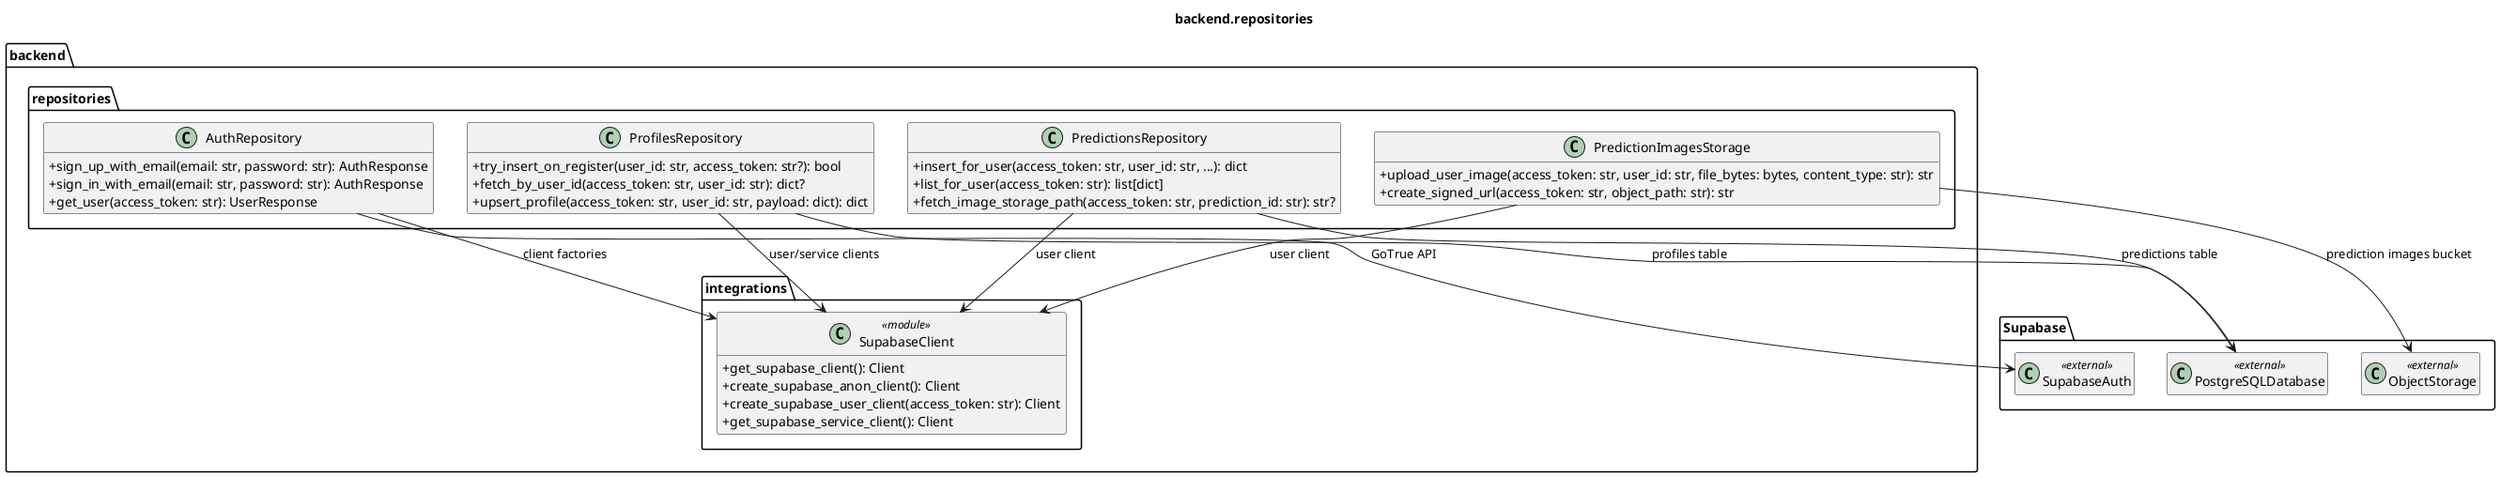
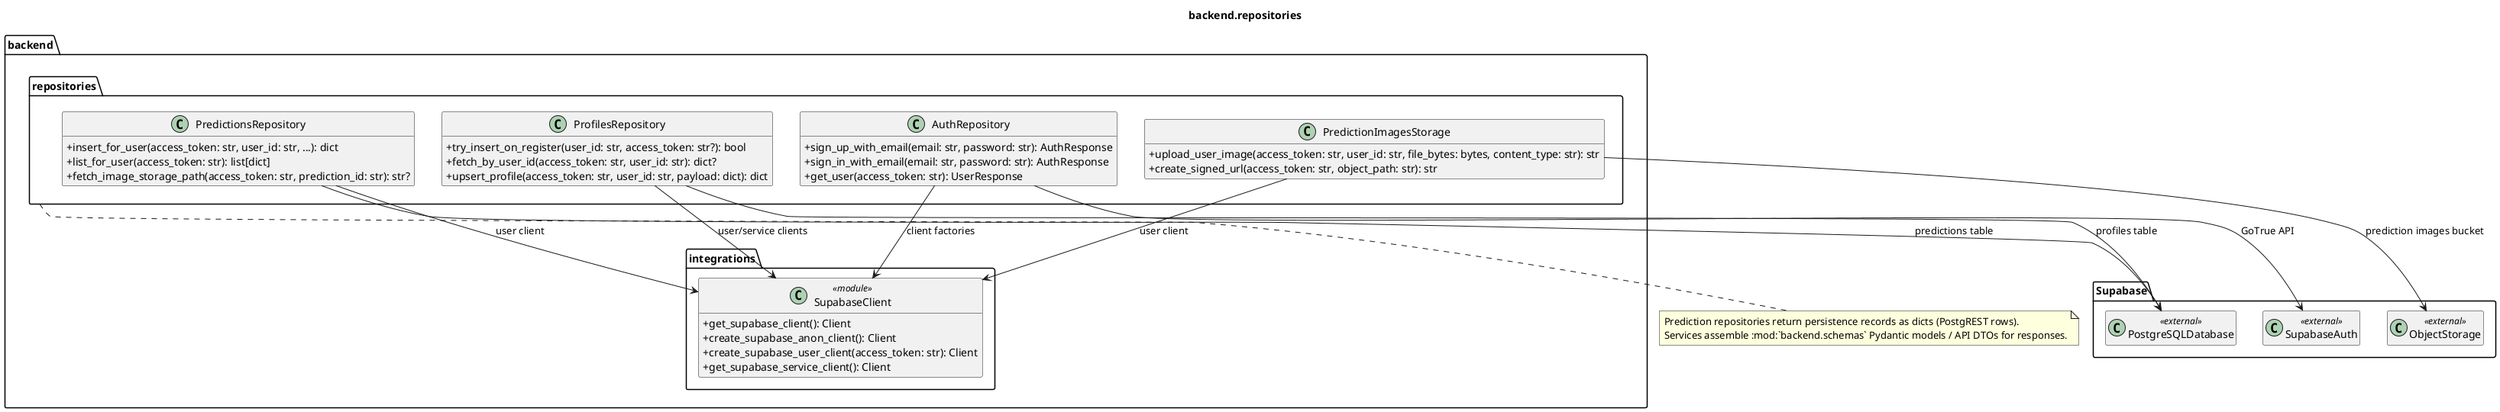
@startuml repositories
skinparam classAttributeIconSize 0
hide empty members
title backend.repositories

package "backend.repositories" {
  class AuthRepository {
    +sign_up_with_email(email: str, password: str): AuthResponse
    +sign_in_with_email(email: str, password: str): AuthResponse
    +get_user(access_token: str): UserResponse
  }

  class ProfilesRepository {
    +try_insert_on_register(user_id: str, access_token: str?): bool
    +fetch_by_user_id(access_token: str, user_id: str): dict?
    +upsert_profile(access_token: str, user_id: str, payload: dict): dict
  }

  class PredictionsRepository {
    +insert_for_user(access_token: str, user_id: str, ...): dict
    +list_for_user(access_token: str): list[dict]
    +fetch_image_storage_path(access_token: str, prediction_id: str): str?
  }

  class PredictionImagesStorage {
    +upload_user_image(access_token: str, user_id: str, file_bytes: bytes, content_type: str): str
    +create_signed_url(access_token: str, object_path: str): str
  }
}

package "backend.integrations" {
  class SupabaseClient <<module>> {
    +get_supabase_client(): Client
    +create_supabase_anon_client(): Client
    +create_supabase_user_client(access_token: str): Client
    +get_supabase_service_client(): Client
  }
}

package "Supabase" {
  class SupabaseAuth <<external>>
  class PostgreSQLDatabase <<external>>
  class ObjectStorage <<external>>
}

AuthRepository --> SupabaseClient : client factories
ProfilesRepository --> SupabaseClient : user/service clients
PredictionsRepository --> SupabaseClient : user client
PredictionImagesStorage --> SupabaseClient : user client

AuthRepository --> SupabaseAuth : GoTrue API
ProfilesRepository --> PostgreSQLDatabase : profiles table
PredictionsRepository --> PostgreSQLDatabase : predictions table
PredictionImagesStorage --> ObjectStorage : prediction images bucket

+ note bottom of repositories
+   Prediction repositories return persistence records as dicts (PostgREST rows).
+   Services assemble :mod:`backend.schemas` Pydantic models / API DTOs for responses.
+ end note
+ 
@enduml
